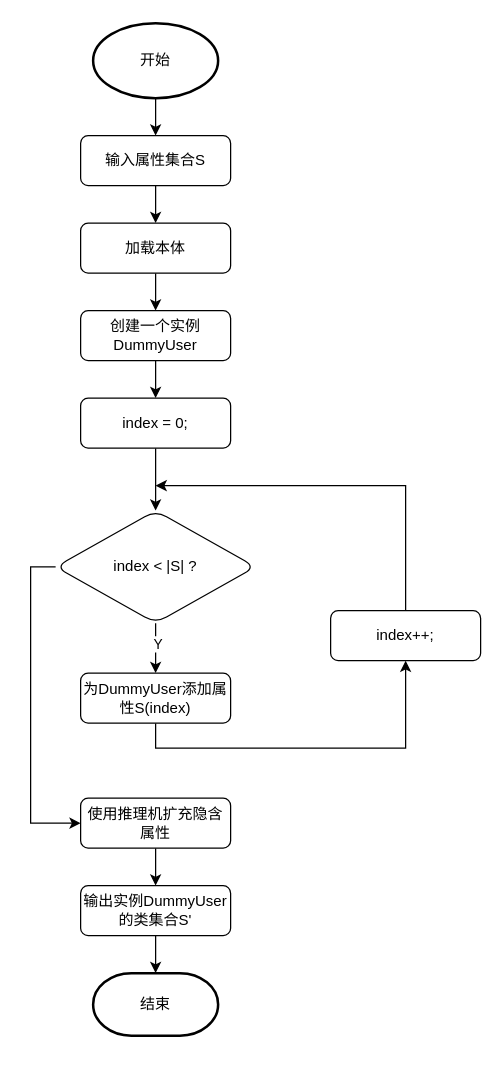
Before: 语义属性更新算法-流程图.drawio in Hhysdbrk/drawIO, a draw.io diagram. Source tidied: cells renumbered, new cells numbered last; positions are measured from the earlier drawing's top-left corner, leaving out a move shared by most shapes. Both pictures are drawn from the tidied source at 125%, with x=0, y=0 at pixel (55, 22).
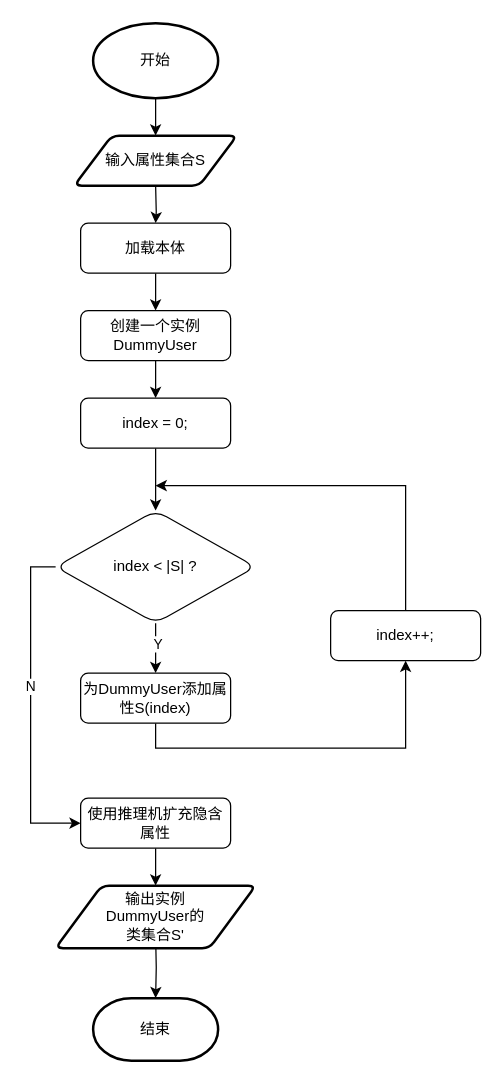
After the change.

Commit message (it also covers changes not shown here):
更新语义属性更新算法-流程图.drawio

The change refers to these unchanged cells:
```xml
<mxCell id="3" value="加载本体" style="rounded=1;whiteSpace=wrap;html=1;fontSize=12;glass=0;strokeWidth=1;shadow=0;" parent="1" vertex="1">
  <mxGeometry x="20" y="160" width="120" height="40" as="geometry" />
</mxCell>
<mxCell id="10" style="edgeStyle=orthogonalEdgeStyle;rounded=0;jettySize=auto;html=1;entryX=0;entryY=0.5;entryDx=0;entryDy=0;exitX=0;exitY=0.5;exitDx=0;exitDy=0;" parent="1" edge="1" source="11" target="17">
  <mxGeometry relative="1" as="geometry" />
</mxCell>
<mxCell id="17" value="使用推理机扩充隐含属性" style="whiteSpace=wrap;html=1;rounded=1;glass=0;strokeWidth=1;shadow=0;" parent="1" vertex="1">
  <mxGeometry x="20" y="620" width="120" height="40" as="geometry" />
</mxCell>
<mxCell id="23" value="开始" style="strokeWidth=2;html=1;shape=mxgraph.flowchart.start_1;whiteSpace=wrap;" parent="1" vertex="1">
  <mxGeometry x="30" width="100" height="60" as="geometry" />
</mxCell>
```

The edit, as a diff of the source:
```diff
@@
+    <mxCell id="25" value="N" style="edgeLabel;html=1;align=center;verticalAlign=middle;" parent="10" vertex="1">
+      <mxGeometry x="-0.13" y="-1" relative="1" as="geometry" />
+    </mxCell>
@@
-    <mxCell id="16" style="edgeStyle=orthogonalEdgeStyle;rounded=0;jettySize=auto;html=1;" parent="1" edge="1" source="17" target="19">
-      <mxGeometry relative="1" as="geometry" />
+    <mxCell id="16" style="edgeStyle=orthogonalEdgeStyle;rounded=0;jettySize=auto;html=1;" parent="1" edge="1" source="17">
+      <mxGeometry relative="1" as="geometry">
+        <mxPoint x="80" y="690" as="targetPoint" />
+      </mxGeometry>
     </mxCell>
@@
-    <mxCell id="18" style="edgeStyle=orthogonalEdgeStyle;rounded=0;jettySize=auto;html=1;" parent="1" edge="1" source="19" target="24">
-      <mxGeometry relative="1" as="geometry" />
+    <mxCell id="18" style="edgeStyle=orthogonalEdgeStyle;rounded=0;jettySize=auto;html=1;" parent="1" edge="1" target="24">
+      <mxGeometry relative="1" as="geometry">
+        <mxPoint x="80" y="730" as="sourcePoint" />
+      </mxGeometry>
     </mxCell>
-    <mxCell id="19" value="输出实例DummyUser的类集合S'" style="whiteSpace=wrap;html=1;rounded=1;glass=0;strokeWidth=1;shadow=0;" parent="1" vertex="1">
-      <mxGeometry x="20" y="690" width="120" height="40" as="geometry" />
-    </mxCell>
-    <mxCell id="20" style="edgeStyle=orthogonalEdgeStyle;rounded=0;jettySize=auto;html=1;" parent="1" edge="1" source="21" target="3">
-      <mxGeometry relative="1" as="geometry" />
+    <mxCell id="20" style="edgeStyle=orthogonalEdgeStyle;rounded=0;jettySize=auto;html=1;" parent="1" edge="1" target="3">
+      <mxGeometry relative="1" as="geometry">
+        <mxPoint x="80" y="130" as="sourcePoint" />
+      </mxGeometry>
     </mxCell>
-    <mxCell id="21" value="输入属性集合S" style="rounded=1;whiteSpace=wrap;html=1;fontSize=12;glass=0;strokeWidth=1;shadow=0;" parent="1" vertex="1">
-      <mxGeometry x="20" y="90" width="120" height="40" as="geometry" />
-    </mxCell>
-    <mxCell id="22" style="edgeStyle=orthogonalEdgeStyle;rounded=0;jettySize=auto;html=1;" parent="1" edge="1" source="23" target="21">
-      <mxGeometry relative="1" as="geometry" />
+    <mxCell id="22" style="edgeStyle=orthogonalEdgeStyle;rounded=0;jettySize=auto;html=1;" parent="1" edge="1" source="23">
+      <mxGeometry relative="1" as="geometry">
+        <mxPoint x="80" y="90" as="targetPoint" />
+      </mxGeometry>
     </mxCell>
@@
     <mxCell id="24" value="结束" style="strokeWidth=2;html=1;shape=mxgraph.flowchart.terminator;whiteSpace=wrap;" parent="1" vertex="1">
-      <mxGeometry x="30" y="760" width="100" height="50" as="geometry" />
+      <mxGeometry x="30" y="780" width="100" height="50" as="geometry" />
     </mxCell>
+    <mxCell id="21" value="输入属性集合S" style="shape=parallelogram;html=1;strokeWidth=2;perimeter=parallelogramPerimeter;whiteSpace=wrap;rounded=1;arcSize=12;size=0.23;" parent="1" vertex="1">
+      <mxGeometry x="15" y="90" width="130" height="40" as="geometry" />
+    </mxCell>
+    <mxCell id="26" value="输出实例&lt;br&gt;DummyUser的&lt;br&gt;类集合S'" style="shape=parallelogram;html=1;strokeWidth=2;perimeter=parallelogramPerimeter;whiteSpace=wrap;rounded=1;arcSize=12;size=0.23;" parent="1" vertex="1">
+      <mxGeometry y="690" width="160" height="50" as="geometry" />
+    </mxCell>
```
